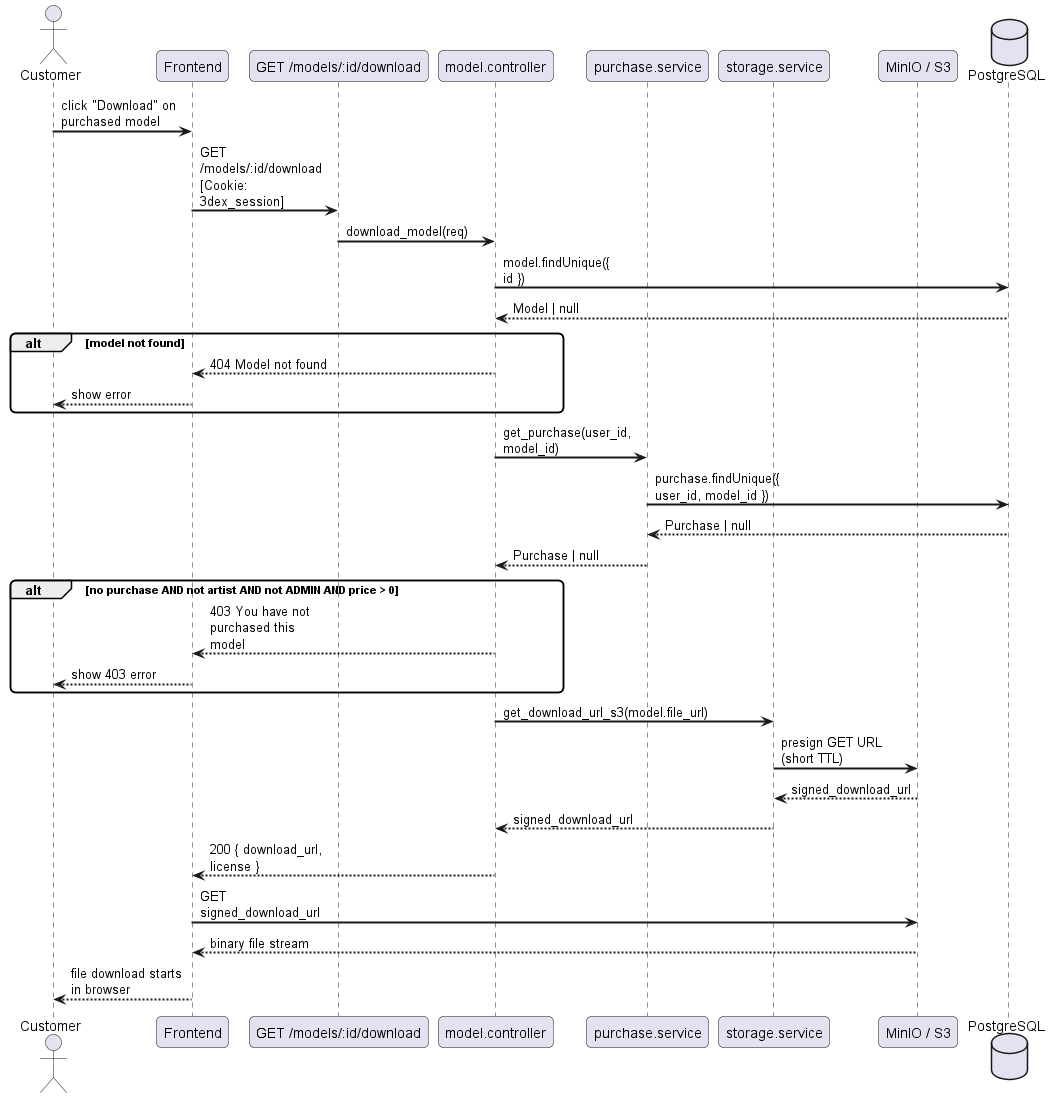
The PlantUML diagram docs/diagrams/exports/sequence/catalog/sequence_model_download.png in Schryzon/3Dex, before a commit. Its diagram source:
```plantuml
@startuml
skinparam sequenceArrowThickness 2
skinparam roundcorner 10
skinparam maxmessagesize 120

actor "Customer" as C
participant "Frontend" as FE
participant "GET /models/:id/download" as API
participant "model.controller" as MC
participant "purchase.service" as PS
participant "storage.service" as SS
participant "MinIO / S3" as S3
database "PostgreSQL" as DB

C -> FE : click "Download" on purchased model
FE -> API : GET /models/:id/download\n[Cookie: 3dex_session]
API -> MC : download_model(req)
MC -> DB : model.findUnique({ id })
DB --> MC : Model | null
alt model not found
    MC --> FE : 404 Model not found
    FE --> C : show error
end
MC -> PS : get_purchase(user_id, model_id)
PS -> DB : purchase.findUnique({ user_id, model_id })
DB --> PS : Purchase | null
PS --> MC : Purchase | null

alt no purchase AND not artist AND not ADMIN AND price > 0
    MC --> FE : 403 You have not purchased this model
    FE --> C : show 403 error
end

MC -> SS : get_download_url_s3(model.file_url)
SS -> S3 : presign GET URL (short TTL)
S3 --> SS : signed_download_url
SS --> MC : signed_download_url
MC --> FE : 200 { download_url, license }
FE -> S3 : GET signed_download_url
S3 --> FE : binary file stream
FE --> C : file download starts in browser
@enduml
```
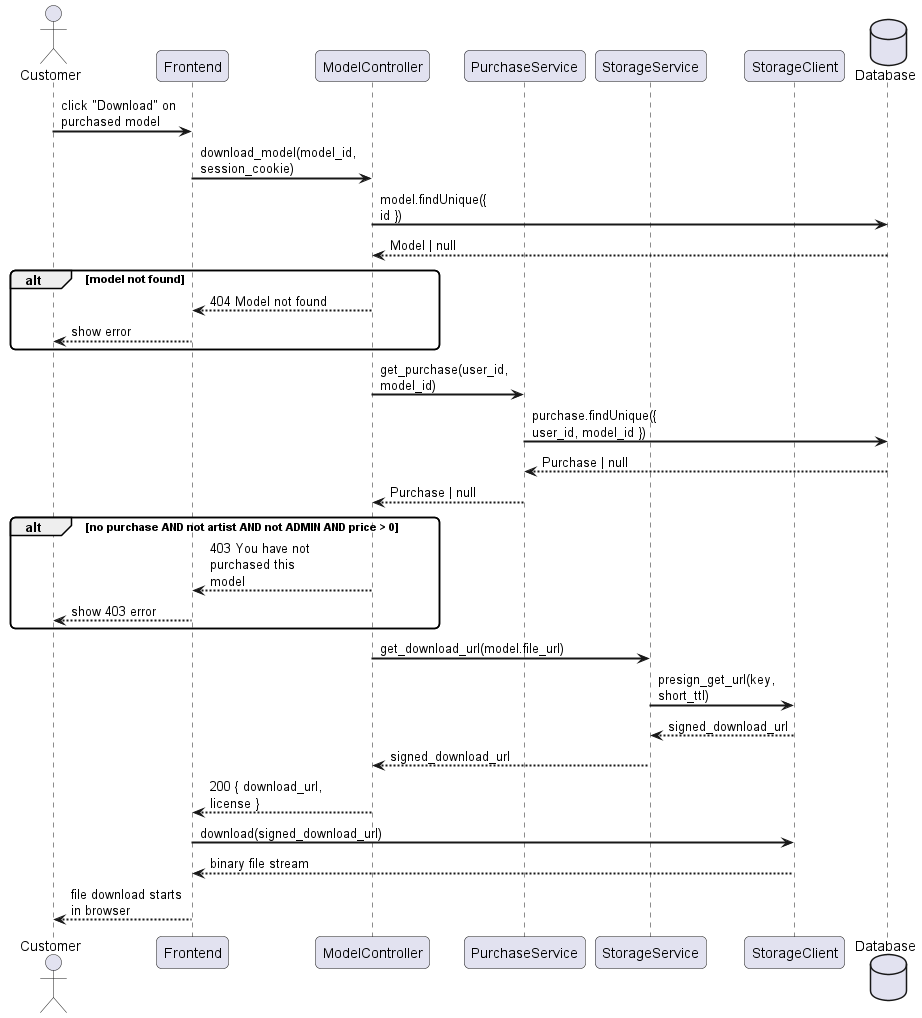
After the change.

What changed in the source:
```diff
@@ -5,16 +5,14 @@
 
 actor "Customer" as C
 participant "Frontend" as FE
-participant "GET /models/:id/download" as API
-participant "model.controller" as MC
-participant "purchase.service" as PS
-participant "storage.service" as SS
-participant "MinIO / S3" as S3
-database "PostgreSQL" as DB
+participant "ModelController" as MC
+participant "PurchaseService" as PS
+participant "StorageService" as SS
+participant "StorageClient" as S3
+database "Database" as DB
 
 C -> FE : click "Download" on purchased model
-FE -> API : GET /models/:id/download\n[Cookie: 3dex_session]
-API -> MC : download_model(req)
+FE -> MC : download_model(model_id, session_cookie)
 MC -> DB : model.findUnique({ id })
 DB --> MC : Model | null
 alt model not found
@@ -31,12 +29,12 @@
     FE --> C : show 403 error
 end
 
-MC -> SS : get_download_url_s3(model.file_url)
-SS -> S3 : presign GET URL (short TTL)
+MC -> SS : get_download_url(model.file_url)
+SS -> S3 : presign_get_url(key, short_ttl)
 S3 --> SS : signed_download_url
 SS --> MC : signed_download_url
 MC --> FE : 200 { download_url, license }
-FE -> S3 : GET signed_download_url
+FE -> S3 : download(signed_download_url)
 S3 --> FE : binary file stream
 FE --> C : file download starts in browser
 @enduml
```
